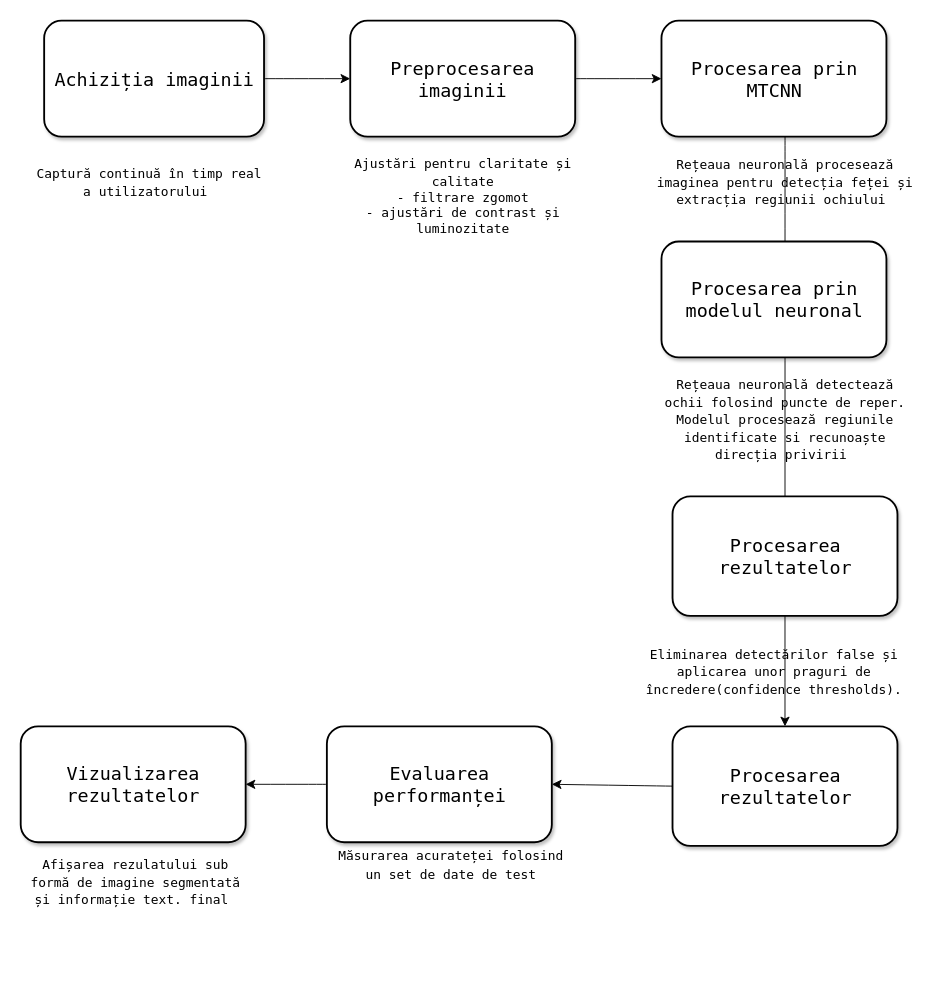
Above: PI_proiect.drawio in PrelucrareaImaginilor/pi-p-proiect-bandits (draw.io), before the change. Source tidied: cells renumbered, new cells numbered last; positions are measured from the earlier drawing's top-left corner, leaving out a move shared by most shapes. Both pictures are drawn from the tidied source at 92%, with x=0, y=0 at pixel (20, 20).
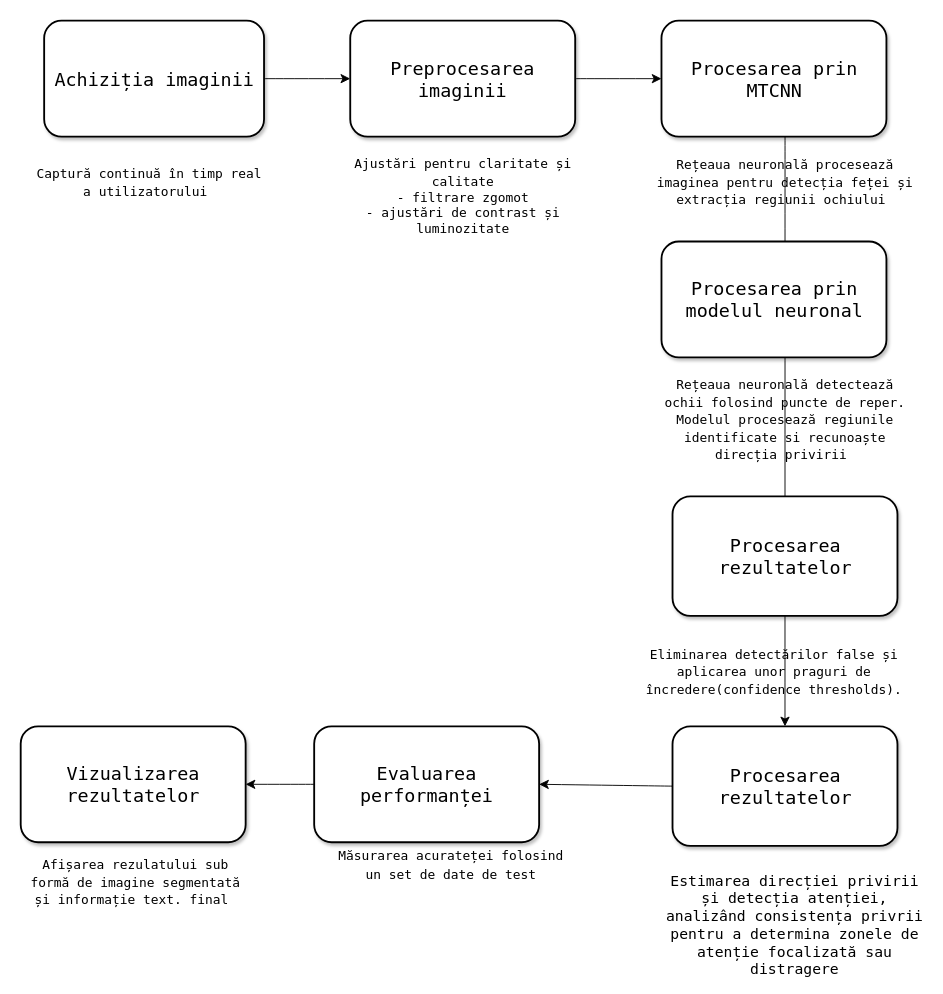
The same page after the edit.

What changed in the source:
```diff
@@
     <mxCell id="16" value="&lt;font face=&quot;Lucida Console&quot;&gt;Evaluarea performanței&lt;/font&gt;" style="rounded=1;whiteSpace=wrap;html=1;shadow=1;strokeWidth=2;fontSize=20;" parent="1" vertex="1">
-      <mxGeometry x="332.8" y="767" width="244.5" height="126" as="geometry" />
+      <mxGeometry x="319" y="767" width="244.5" height="126" as="geometry" />
     </mxCell>
@@
+    <mxCell id="23" value="&lt;font face=&quot;Lucida Console&quot;&gt;Estimarea direcției privirii și detecția atenției, analizând consistența privrii pentru a determina zonele de atenție focalizată sau distragere&lt;/font&gt;" style="text;strokeColor=none;fillColor=none;html=1;align=center;verticalAlign=middle;whiteSpace=wrap;rounded=0;fontSize=16;" parent="1" vertex="1">
+      <mxGeometry x="696.5" y="968" width="289.2" height="30" as="geometry" />
+    </mxCell>
```
